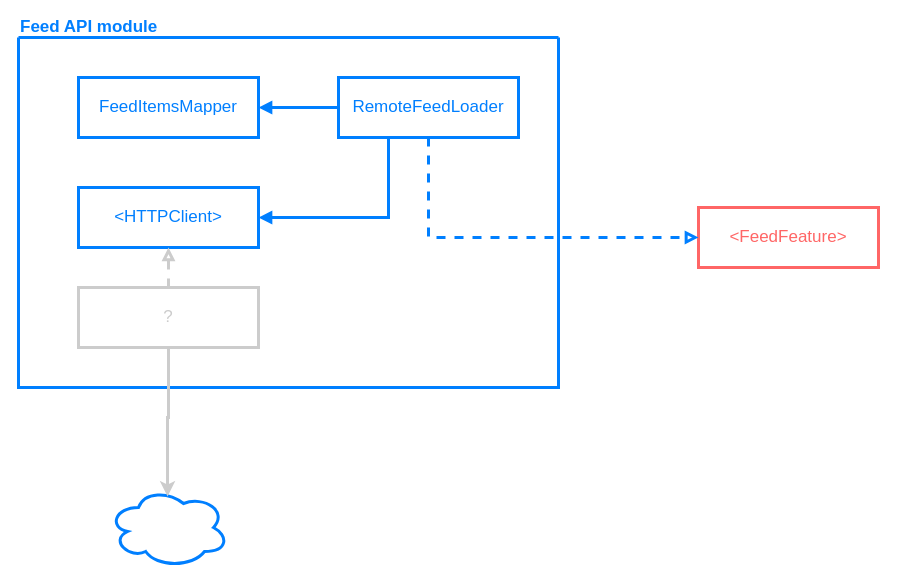
This is Architecture.drawio from Christophorus3/EssentialFeed, a draw.io file, before an edit. Source tidied: cells renumbered, new cells numbered last; positions are measured from the earlier drawing's top-left corner, leaving out a move shared by most shapes. Both pictures are drawn from the tidied source at 100%, with x=0, y=0 at pixel (18, 37).
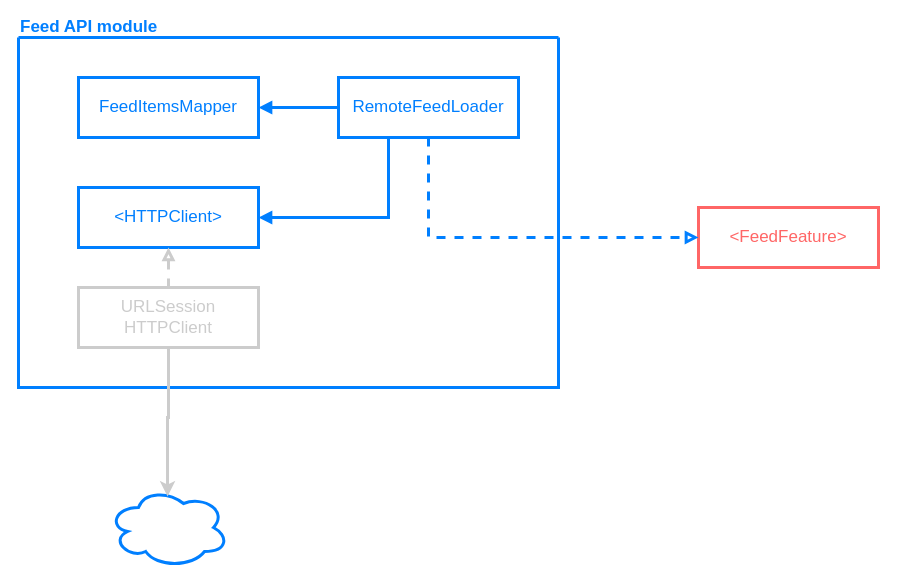
The same page after the edit.

What changed in the source:
```diff
@@
 <mxGraphModel>
   <root>
     <mxCell id="0" />
     <mxCell id="1" parent="0" />
     <mxCell id="2" value="Feed API module" style="swimlane;startSize=0;strokeColor=#007FFF;strokeWidth=3;fontSize=17;fontColor=#007FFF;verticalAlign=bottom;align=left;" parent="1" vertex="1">
       <mxGeometry width="540" height="350" as="geometry" />
     </mxCell>
     <mxCell id="3" style="edgeStyle=orthogonalEdgeStyle;rounded=0;jettySize=auto;html=1;entryX=1;entryY=0.5;entryDx=0;entryDy=0;strokeColor=#007FFF;strokeWidth=3;fontSize=17;fontColor=#007FFF;endArrow=block;endFill=1;" parent="2" edge="1" source="4" target="6">
       <mxGeometry relative="1" as="geometry">
         <Array as="points">
           <mxPoint x="370" y="180" />
         </Array>
       </mxGeometry>
     </mxCell>
     <mxCell id="4" value="&lt;font style=&quot;font-size: 17px;&quot; color=&quot;#007fff&quot;&gt;RemoteFeedLoader&lt;/font&gt;" style="rounded=0;whiteSpace=wrap;html=1;strokeWidth=3;strokeColor=#007FFF;" parent="2" vertex="1">
       <mxGeometry x="320" y="40" width="180" height="60" as="geometry" />
     </mxCell>
     <mxCell id="5" value="&lt;font style=&quot;font-size: 17px;&quot; color=&quot;#007fff&quot;&gt;FeedItemsMapper&lt;/font&gt;" style="rounded=0;whiteSpace=wrap;html=1;strokeWidth=3;strokeColor=#007FFF;" parent="2" vertex="1">
       <mxGeometry x="60" y="40" width="180" height="60" as="geometry" />
     </mxCell>
     <mxCell id="6" value="&lt;font style=&quot;font-size: 17px;&quot; color=&quot;#007fff&quot;&gt;&amp;lt;HTTPClient&amp;gt;&lt;/font&gt;" style="rounded=0;whiteSpace=wrap;html=1;strokeWidth=3;strokeColor=#007FFF;" parent="2" vertex="1">
       <mxGeometry x="60" y="150" width="180" height="60" as="geometry" />
     </mxCell>
     <mxCell id="7" style="edgeStyle=orthogonalEdgeStyle;rounded=0;jettySize=auto;html=1;entryX=0.5;entryY=1;entryDx=0;entryDy=0;strokeColor=#CCCCCC;strokeWidth=3;fontSize=17;fontColor=#CCCCCC;endArrow=block;endFill=0;dashed=1;" parent="2" edge="1" source="8" target="6">
       <mxGeometry relative="1" as="geometry" />
     </mxCell>
-    <mxCell id="8" value="&lt;font style=&quot;font-size: 17px;&quot;&gt;?&lt;/font&gt;" style="rounded=0;whiteSpace=wrap;html=1;strokeWidth=3;strokeColor=#CCCCCC;fontColor=#CCCCCC;" parent="2" vertex="1">
+    <mxCell id="8" value="&lt;font style=&quot;font-size: 17px;&quot;&gt;URLSession&lt;br&gt;HTTPClient&lt;/font&gt;" style="rounded=0;whiteSpace=wrap;html=1;strokeWidth=3;strokeColor=#CCCCCC;fontColor=#CCCCCC;" parent="2" vertex="1">
       <mxGeometry x="60" y="250" width="180" height="60" as="geometry" />
     </mxCell>
     <mxCell id="9" style="endArrow=block;html=1;rounded=0;fontSize=17;fontColor=#007FFF;entryX=1;entryY=0.5;entryDx=0;entryDy=0;strokeWidth=3;strokeColor=#007FFF;endFill=1;" parent="1" edge="1" target="5">
       <mxGeometry relative="1" as="geometry">
         <mxPoint x="320" y="70" as="sourcePoint" />
       </mxGeometry>
     </mxCell>
     <mxCell id="10" style="ellipse;shape=cloud;whiteSpace=wrap;html=1;strokeColor=#007FFF;strokeWidth=3;fontSize=17;fontColor=#007FFF;" parent="1" vertex="1">
       <mxGeometry x="90" y="450" width="120" height="80" as="geometry" />
     </mxCell>
     <mxCell id="11" value="&lt;span style=&quot;font-size: 17px;&quot;&gt;&amp;lt;FeedFeature&amp;gt;&lt;/span&gt;" style="rounded=0;whiteSpace=wrap;html=1;strokeWidth=3;strokeColor=#FF6666;fontColor=#FF6666;" parent="1" vertex="1">
       <mxGeometry x="680" y="170" width="180" height="60" as="geometry" />
     </mxCell>
     <mxCell id="12" style="edgeStyle=orthogonalEdgeStyle;rounded=0;jettySize=auto;html=1;entryX=0;entryY=0.5;entryDx=0;entryDy=0;strokeColor=#007FFF;strokeWidth=3;fontSize=17;fontColor=#FF6666;endArrow=block;endFill=0;dashed=1;" parent="1" edge="1" source="4" target="11">
       <mxGeometry relative="1" as="geometry">
         <Array as="points">
           <mxPoint x="410" y="200" />
         </Array>
       </mxGeometry>
     </mxCell>
     <mxCell id="13" style="edgeStyle=orthogonalEdgeStyle;rounded=0;jettySize=auto;html=1;entryX=0.492;entryY=0.113;entryDx=0;entryDy=0;entryPerimeter=0;strokeColor=#CCCCCC;strokeWidth=3;fontSize=17;fontColor=#CCCCCC;endArrow=classic;endFill=1;" parent="1" edge="1" source="8" target="10">
       <mxGeometry relative="1" as="geometry" />
     </mxCell>
   </root>
 </mxGraphModel>
```
